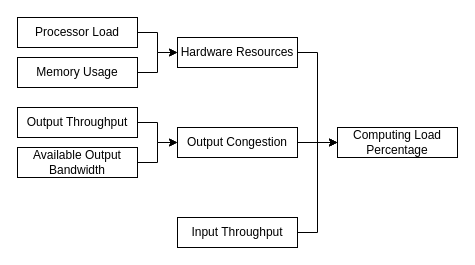
The draw.io diagram Proj1/fuzzy_systems.drawio in samuelbarata/CIIC, before the edit. Source tidied: cells renumbered, new cells numbered last; positions are measured from the earlier drawing's top-left corner, leaving out a move shared by most shapes. Both pictures are drawn from the tidied source at 100%, with x=0, y=0 at pixel (17, 17).
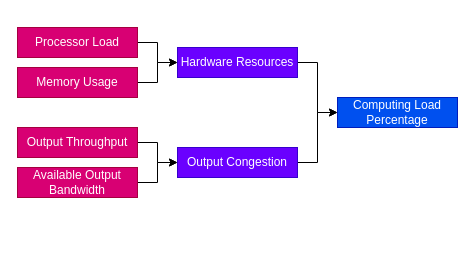
After the change.

Commit message (it also covers changes not shown here):
fix clp rule & update diagram

What changed in the source:
```diff
@@
 <mxGraphModel>
   <root>
     <mxCell id="0" />
     <mxCell id="1" parent="0" />
     <mxCell id="2" style="edgeStyle=orthogonalEdgeStyle;rounded=0;jettySize=auto;html=1;exitX=1;exitY=0.5;exitDx=0;exitDy=0;entryX=0;entryY=0.5;entryDx=0;entryDy=0;" parent="1" edge="1" source="3" target="7">
       <mxGeometry relative="1" as="geometry" />
     </mxCell>
-    <mxCell id="3" value="Processor Load" style="rounded=0;whiteSpace=wrap;html=1;" parent="1" vertex="1">
-      <mxGeometry width="120" height="30" as="geometry" />
+    <mxCell id="3" value="Processor Load" style="rounded=0;whiteSpace=wrap;html=1;fillColor=#d80073;fontColor=#ffffff;strokeColor=#A50040;" parent="1" vertex="1">
+      <mxGeometry y="10" width="120" height="30" as="geometry" />
     </mxCell>
     <mxCell id="4" style="edgeStyle=orthogonalEdgeStyle;rounded=0;jettySize=auto;html=1;exitX=1;exitY=0.5;exitDx=0;exitDy=0;" parent="1" edge="1" source="5" target="7">
       <mxGeometry relative="1" as="geometry" />
     </mxCell>
-    <mxCell id="5" value="Memory Usage" style="rounded=0;whiteSpace=wrap;html=1;" parent="1" vertex="1">
-      <mxGeometry y="40" width="120" height="30" as="geometry" />
+    <mxCell id="5" value="Memory Usage" style="rounded=0;whiteSpace=wrap;html=1;fillColor=#d80073;fontColor=#ffffff;strokeColor=#A50040;" parent="1" vertex="1">
+      <mxGeometry y="50" width="120" height="30" as="geometry" />
     </mxCell>
     <mxCell id="6" style="edgeStyle=orthogonalEdgeStyle;rounded=0;jettySize=auto;html=1;exitX=1;exitY=0.5;exitDx=0;exitDy=0;entryX=0;entryY=0.5;entryDx=0;entryDy=0;" parent="1" edge="1" source="7" target="16">
       <mxGeometry relative="1" as="geometry" />
     </mxCell>
-    <mxCell id="7" value="Hardware Resources" style="rounded=0;whiteSpace=wrap;html=1;" parent="1" vertex="1">
-      <mxGeometry x="160" y="20" width="120" height="30" as="geometry" />
+    <mxCell id="7" value="Hardware Resources" style="rounded=0;whiteSpace=wrap;html=1;fillColor=#6a00ff;fontColor=#ffffff;strokeColor=#3700CC;" parent="1" vertex="1">
+      <mxGeometry x="160" y="30" width="120" height="30" as="geometry" />
     </mxCell>
     <mxCell id="8" style="edgeStyle=orthogonalEdgeStyle;rounded=0;jettySize=auto;html=1;exitX=1;exitY=0.5;exitDx=0;exitDy=0;" parent="1" edge="1" source="9" target="13">
       <mxGeometry relative="1" as="geometry" />
     </mxCell>
-    <mxCell id="9" value="Output Throughput" style="rounded=0;whiteSpace=wrap;html=1;" parent="1" vertex="1">
-      <mxGeometry y="90" width="120" height="30" as="geometry" />
+    <mxCell id="9" value="Output Throughput" style="rounded=0;whiteSpace=wrap;html=1;fillColor=#d80073;fontColor=#ffffff;strokeColor=#A50040;" parent="1" vertex="1">
+      <mxGeometry y="110" width="120" height="30" as="geometry" />
     </mxCell>
     <mxCell id="10" style="edgeStyle=orthogonalEdgeStyle;rounded=0;jettySize=auto;html=1;exitX=1;exitY=0.5;exitDx=0;exitDy=0;" parent="1" edge="1" source="11" target="13">
       <mxGeometry relative="1" as="geometry" />
     </mxCell>
-    <mxCell id="11" value="Available Output Bandwidth" style="rounded=0;whiteSpace=wrap;html=1;" parent="1" vertex="1">
-      <mxGeometry y="130" width="120" height="30" as="geometry" />
+    <mxCell id="11" value="Available Output Bandwidth" style="rounded=0;whiteSpace=wrap;html=1;fillColor=#d80073;fontColor=#ffffff;strokeColor=#A50040;" parent="1" vertex="1">
+      <mxGeometry y="150" width="120" height="30" as="geometry" />
     </mxCell>
-    <mxCell id="12" style="edgeStyle=orthogonalEdgeStyle;rounded=0;jettySize=auto;html=1;" parent="1" edge="1" source="13" target="16">
+    <mxCell id="12" style="edgeStyle=orthogonalEdgeStyle;rounded=0;jettySize=auto;html=1;entryX=0;entryY=0.5;entryDx=0;entryDy=0;" parent="1" edge="1" source="13" target="16">
       <mxGeometry relative="1" as="geometry" />
     </mxCell>
-    <mxCell id="13" value="Output Congestion" style="rounded=0;whiteSpace=wrap;html=1;" parent="1" vertex="1">
-      <mxGeometry x="160" y="110" width="120" height="30" as="geometry" />
+    <mxCell id="13" value="Output Congestion" style="rounded=0;whiteSpace=wrap;html=1;fillColor=#6a00ff;fontColor=#ffffff;strokeColor=#3700CC;" parent="1" vertex="1">
+      <mxGeometry x="160" y="130" width="120" height="30" as="geometry" />
     </mxCell>
-    <mxCell id="14" style="edgeStyle=orthogonalEdgeStyle;rounded=0;jettySize=auto;html=1;exitX=1;exitY=0.5;exitDx=0;exitDy=0;entryX=0;entryY=0.5;entryDx=0;entryDy=0;" parent="1" edge="1" source="15" target="16">
-      <mxGeometry relative="1" as="geometry" />
-    </mxCell>
-    <mxCell id="15" value="Input Throughput" style="rounded=0;whiteSpace=wrap;html=1;" parent="1" vertex="1">
-      <mxGeometry x="160" y="200" width="120" height="30" as="geometry" />
-    </mxCell>
-    <mxCell id="16" value="Computing Load Percentage" style="rounded=0;whiteSpace=wrap;html=1;" parent="1" vertex="1">
-      <mxGeometry x="320" y="110" width="120" height="30" as="geometry" />
+    <mxCell id="16" value="Computing Load Percentage" style="rounded=0;whiteSpace=wrap;html=1;fillColor=#0050ef;fontColor=#ffffff;strokeColor=#001DBC;" parent="1" vertex="1">
+      <mxGeometry x="320" y="80" width="120" height="30" as="geometry" />
     </mxCell>
     <mxCell id="17" style="edgeStyle=orthogonalEdgeStyle;rounded=0;orthogonalLoop=1;jettySize=auto;html=1;exitX=0.5;exitY=1;exitDx=0;exitDy=0;" parent="1" edge="1" source="16" target="16">
       <mxGeometry relative="1" as="geometry" />
     </mxCell>
   </root>
 </mxGraphModel>
```
